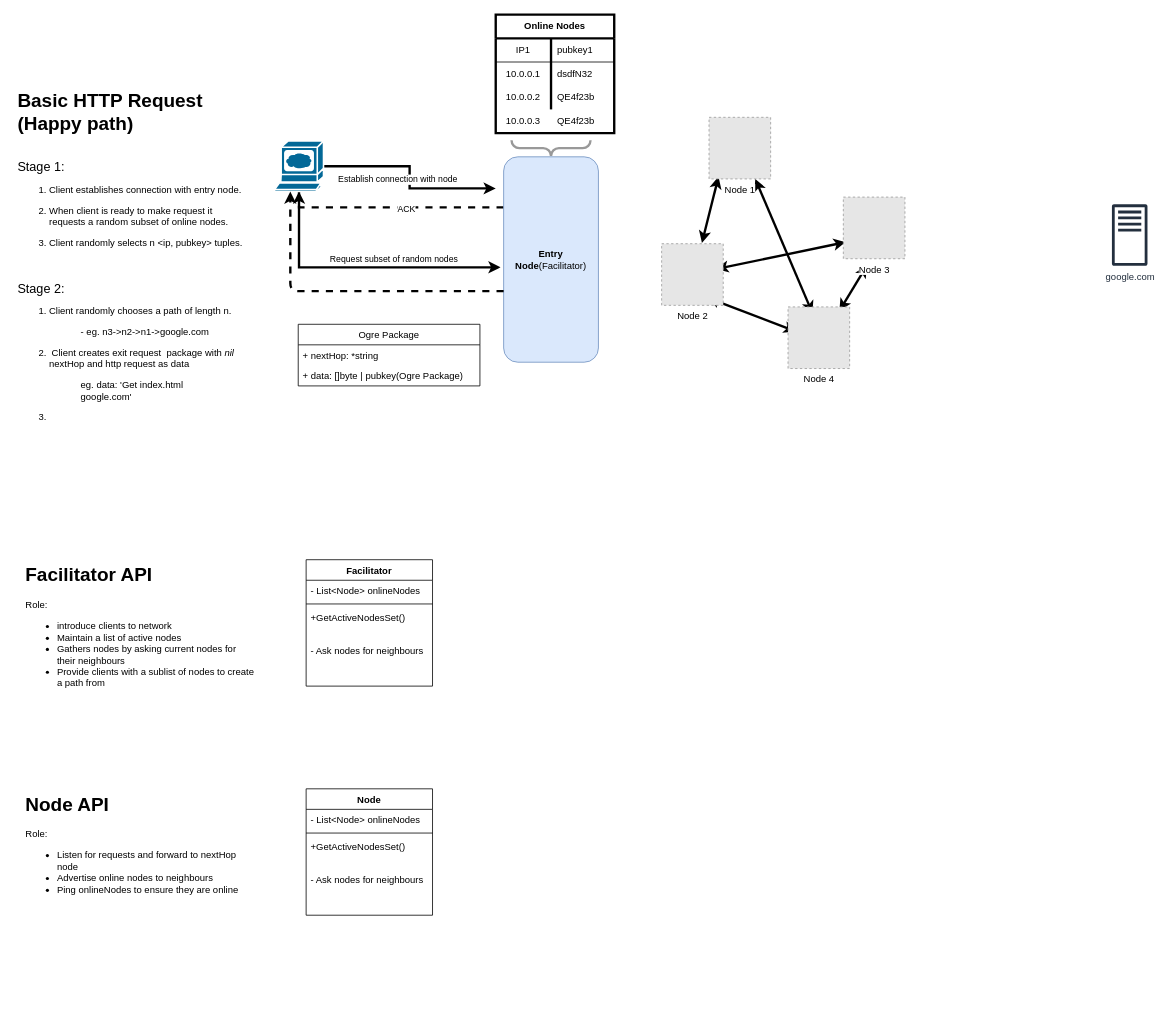
This is documentation/OgreNetArchitecture.drawio from AdamCollins/ogre-net, a draw.io file, before an edit. Source tidied: cells renumbered, new cells numbered last; positions are measured from the earlier drawing's top-left corner, leaving out a move shared by most shapes. Both pictures are drawn from the tidied source at 79%, with x=0, y=0 at pixel (13, 14). Pictures stored in the file or linked from it are replaced by grey dashed boxes.
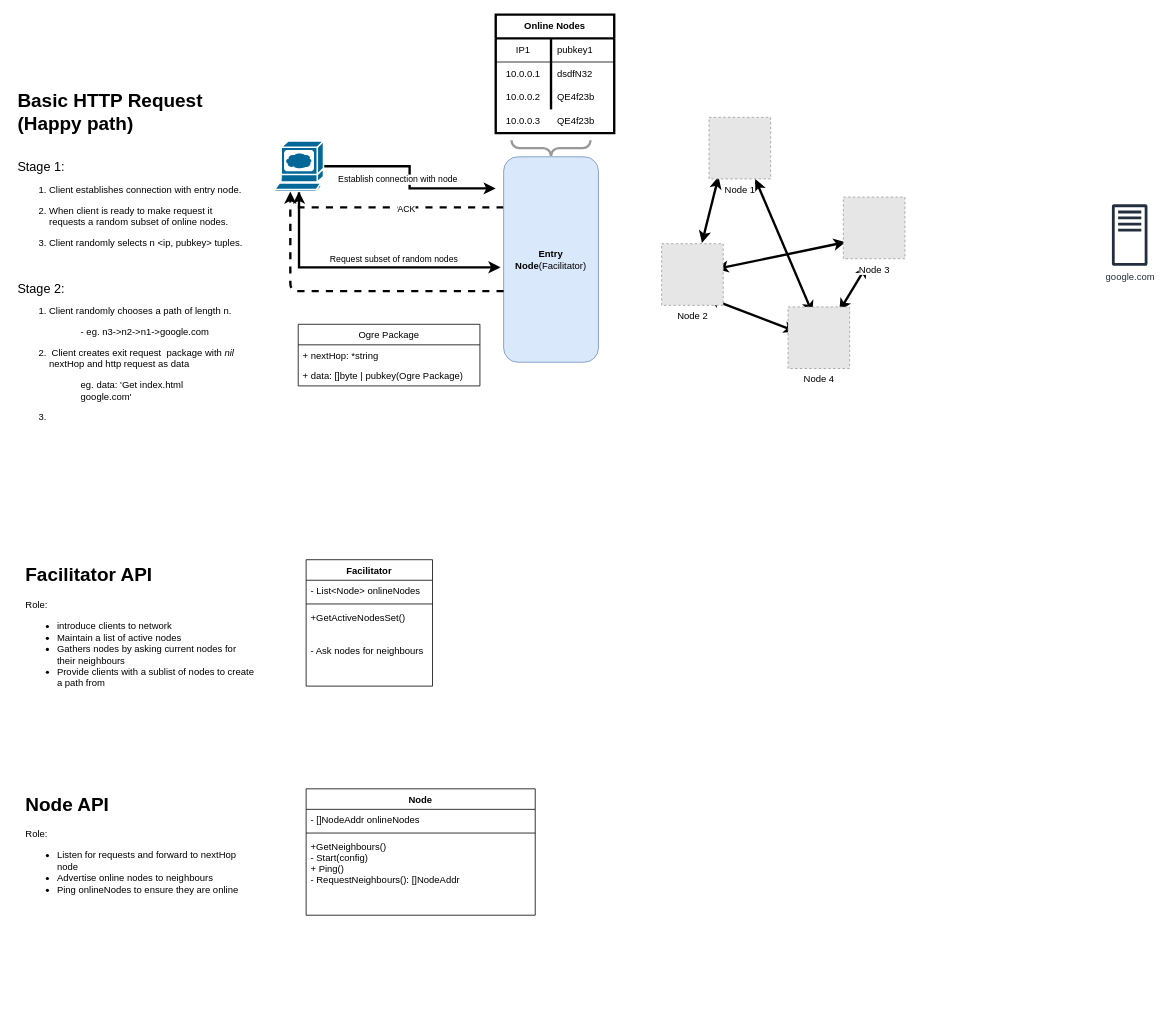
After the change.

What changed in the source:
```diff
@@
     <mxCell id="45" value="Node" style="swimlane;fontStyle=1;align=center;verticalAlign=top;horizontal=1;startSize=26;" parent="1" vertex="1">
-      <mxGeometry x="370" y="980" width="160" height="160" as="geometry" />
+      <mxGeometry x="370" y="980" width="290" height="160" as="geometry" />
     </mxCell>
-    <mxCell id="46" value="- List&lt;Node&gt; onlineNodes" style="text;strokeColor=none;fillColor=none;align=left;verticalAlign=top;spacingLeft=4;spacingRight=4;overflow=hidden;" parent="45" vertex="1">
-      <mxGeometry y="26" width="160" height="26" as="geometry" />
+    <mxCell id="46" value="- []NodeAddr onlineNodes" style="text;strokeColor=none;fillColor=none;align=left;verticalAlign=top;spacingLeft=4;spacingRight=4;overflow=hidden;" parent="45" vertex="1">
+      <mxGeometry y="26" width="290" height="26" as="geometry" />
     </mxCell>
     <mxCell id="47" style="line;strokeWidth=1;fillColor=none;align=left;verticalAlign=middle;spacingTop=-1;spacingLeft=3;spacingRight=3;labelPosition=right;" parent="45" vertex="1">
-      <mxGeometry y="52" width="160" height="8" as="geometry" />
+      <mxGeometry y="52" width="290" height="8" as="geometry" />
     </mxCell>
-    <mxCell id="48" value="+GetActiveNodesSet()&#10;&#10;&#10;- Ask nodes for neighbours&#10;" style="text;strokeColor=none;fillColor=none;align=left;verticalAlign=top;spacingLeft=4;spacingRight=4;overflow=hidden;" parent="45" vertex="1">
-      <mxGeometry y="60" width="160" height="100" as="geometry" />
+    <mxCell id="48" value="+GetNeighbours()&#10;- Start(config)&#10;+ Ping()&#10;- RequestNeighbours(): []NodeAddr&#10;" style="text;strokeColor=none;fillColor=none;align=left;verticalAlign=top;spacingLeft=4;spacingRight=4;overflow=hidden;" parent="45" vertex="1">
+      <mxGeometry y="60" width="290" height="100" as="geometry" />
     </mxCell>
```
